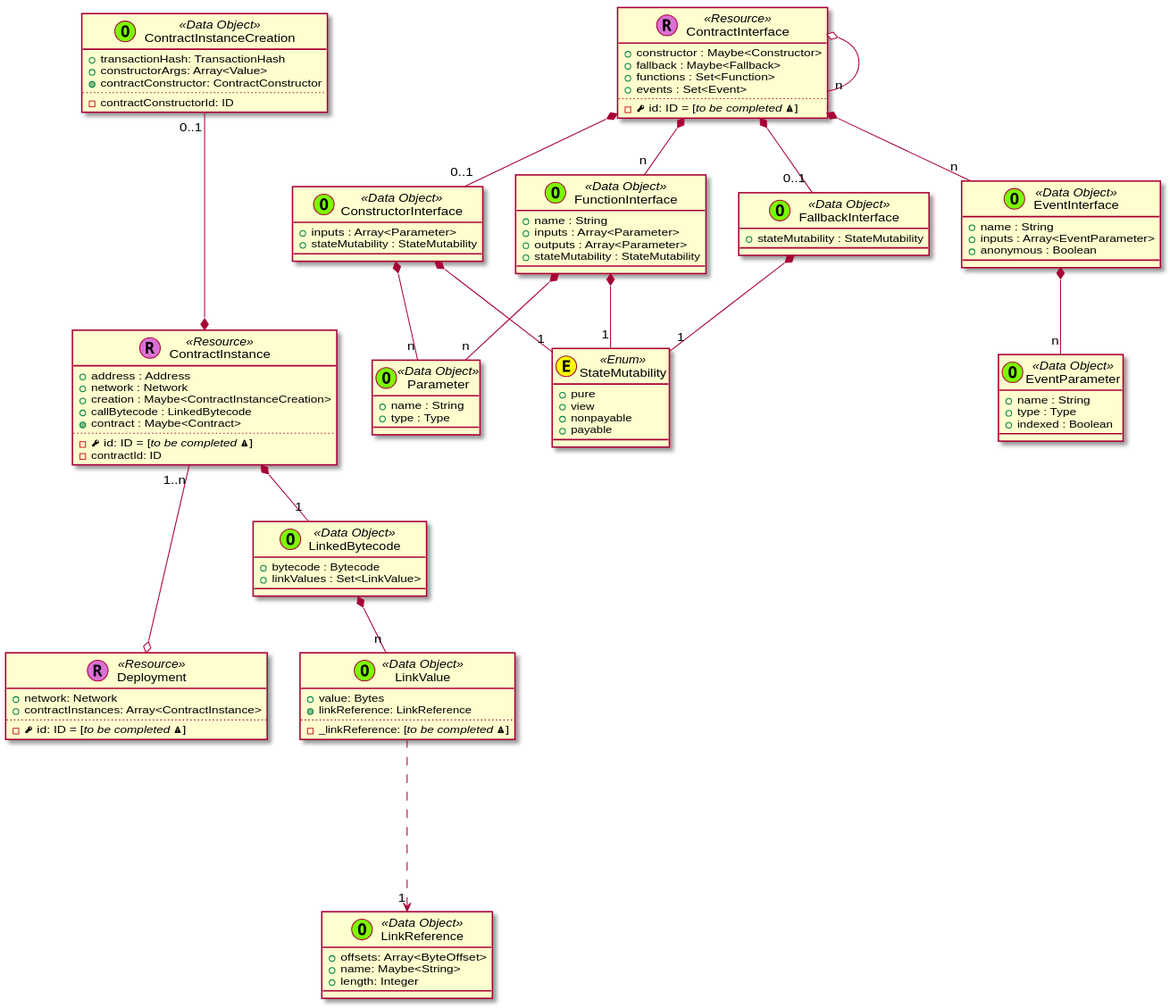
Earlier version of the PlantUML export contrib/trufflesuite/feat/data-model/deployment/_images/plantuml-59db39335fa7b7b64cb08dcb9b2fcbc2d3765994.svg (trufflesuite/artifact-updates).
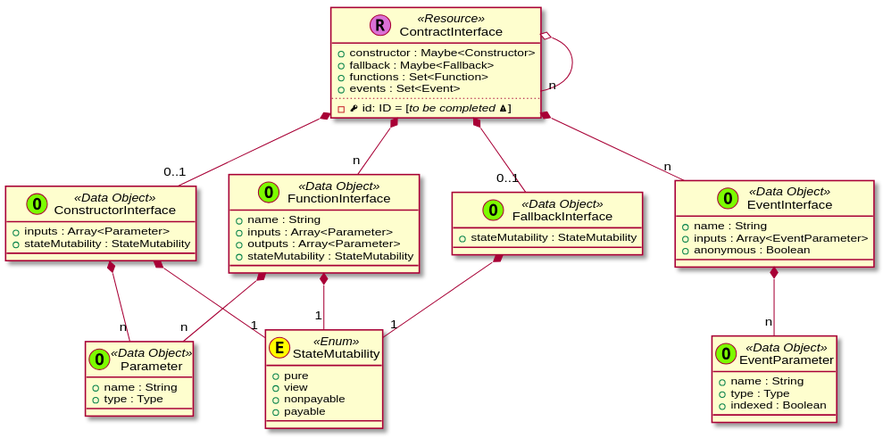
After the commit.

What changed in the source:
```diff
@@ -9,28 +9,6 @@
 
 
 
-  class Deployment << (R,orchid) Resource >> {
-    + network: Network
-    + contractInstances: Array<ContractInstance>
-    ..
-    - {field} <&key> id: ID = [//to be completed <&warning>//]
-  }
-
-  ContractInstance "1..n" ---o Deployment
-
-
-  class ContractInstance << (R,orchid) Resource >> {
-    + address : Address
-    + network : Network
-    + creation : Maybe<ContractInstanceCreation>
-    + callBytecode : LinkedBytecode
-    + {method} contract : Maybe<Contract>
-    ..
-    - {field} <&key> id: ID = [//to be completed <&warning>//]
-    - contractId: ID
-  }
-
-  ContractInstanceCreation "0..1" ---* ContractInstance
 
   class ContractInterface << (R,orchid) Resource >> {
     + constructor : Maybe<Constructor>
@@ -111,32 +89,6 @@
 
 
 
-    class LinkedBytecode << (O,lawngreen) Data Object >> {
-      + bytecode : Bytecode
-      + linkValues : Set<LinkValue>
-    }
-
-
-    class ContractInstanceCreation << (O,lawngreen) Data Object >> {
-      + transactionHash: TransactionHash
-      + constructorArgs: Array<Value>
-      + {method} contractConstructor: ContractConstructor
-      ..
-      - contractConstructorId: ID
-    }
-
-    class LinkValue << (O,lawngreen) Data Object >> {
-      + value: Bytes
-      + {method} linkReference: LinkReference
-      ..
-      - _linkReference: [//to be completed <&warning>//]
-    }
-
-    class LinkReference << (O,lawngreen) Data Object >> {
-      + offsets: Array<ByteOffset>
-      + name: Maybe<String>
-      + length: Integer
-    }
 
 
 
@@ -150,16 +102,16 @@
 
 
 
-  LinkedBytecode *-- "n" LinkValue
-
-
-  LinkValue ....> "1" LinkReference
 
 
 
 
 
-  ContractInstance *-- "1" LinkedBytecode
+
+
+
+
+
 
 
 
```
